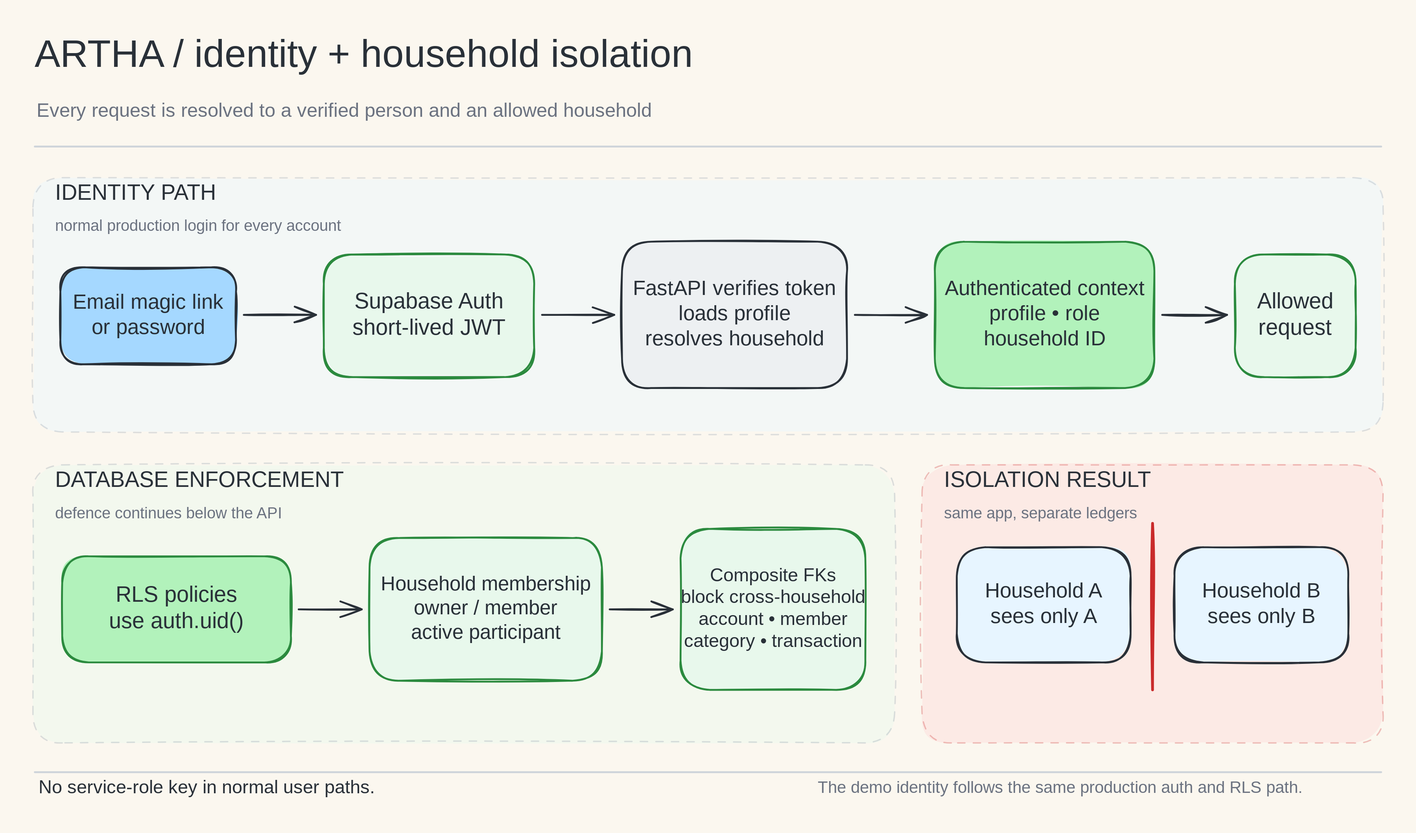
Above: docs/artifacts/architecture/diagrams/artha-identity-household-isolation.svg in snayan06/artha (Excalidraw), before the change. Source tidied: one line per element, renumbered; positions are measured from the earlier drawing's top-left corner, leaving out a move shared by most shapes.
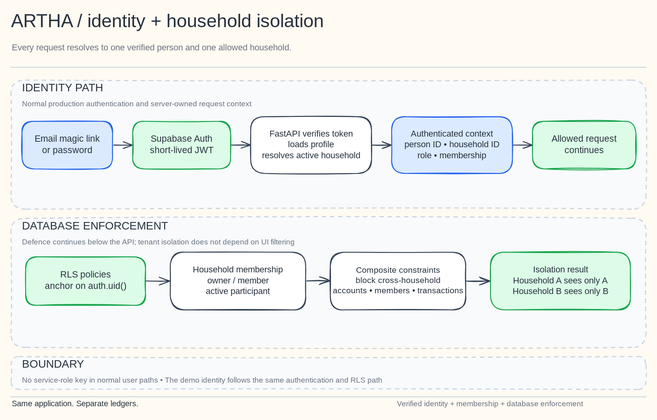
Above is the later version.

Change to the diagram source:
```diff
@@ -1,42 +1,40 @@
-{"id": 0, "type": "text", "text": "ARTHA / identity + household isolation", "strokeColor": "#293038", "strokeWidth": 2, "roughness": 1, "fontSize": 42, "fontFamily": 5, "verticalAlign": "middle", "x": 2, "y": 0, "width": 676, "height": 52}
+{"id": 0, "type": "text", "text": "ARTHA / identity + household isolation", "strokeColor": "#27313d", "strokeWidth": 2, "roughness": 1, "fontSize": 40, "fontFamily": 5, "verticalAlign": "middle", "x": -6, "y": -15, "width": 643, "height": 50}
-{"id": 1, "type": "text", "text": "Every request is resolved to a verified person and an allowed household", "strokeColor": "#6b7280", "strokeWidth": 2, "roughness": 1, "fontSize": 21, "fontFamily": 5, "verticalAlign": "middle", "x": 4, "y": 73, "width": 602, "height": 26}
-{"id": 2, "type": "line", "strokeColor": "#ced4da", "strokeWidth": 2, "roughness": 0, "x": 2, "y": 124, "width": 1472, "height": 0, "points": [[0, 0], [1472, 0]]}
-{"id": 3, "type": "rectangle", "strokeColor": "#adb5bd", "backgroundColor": "#e7f5ff", "fillStyle": "solid", "strokeWidth": 1, "strokeStyle": "dashed", "roughness": 1, "opacity": 40, "round": true, "x": 0, "y": 158, "width": 1476, "height": 278}
+{"id": 42, "type": "text", "text": "Every request resolves to one verified person and one allowed household.", "strokeColor": "#6b7280", "strokeWidth": 2, "roughness": 1, "fontSize": 19, "fontFamily": 5, "verticalAlign": "middle", "x": -4, "y": 54, "width": 559, "height": 24}
+{"id": 43, "type": "line", "strokeColor": "#cbd5e1", "strokeWidth": 2, "roughness": 0, "x": -6, "y": 108, "width": 1388, "height": 0, "points": [[0, 0], [1388, 0]]}
+{"id": 44, "type": "rectangle", "strokeColor": "#cbd5e1", "backgroundColor": "#f8fafc", "fillStyle": "solid", "strokeWidth": 2, "strokeStyle": "dashed", "roughness": 1, "round": true, "x": -6, "y": 136, "width": 1388, "height": 282}
-{"id": 4, "type": "text", "text": "IDENTITY PATH", "strokeColor": "#293038", "strokeWidth": 2, "roughness": 1, "fontSize": 24, "fontFamily": 5, "verticalAlign": "middle", "x": 24, "y": 161, "width": 176, "height": 30}
+{"id": 4, "type": "text", "text": "IDENTITY PATH", "strokeColor": "#27313d", "strokeWidth": 2, "roughness": 1, "fontSize": 24, "fontFamily": 5, "verticalAlign": "middle", "x": 18, "y": 139, "width": 176, "height": 30}
-{"id": 5, "type": "text", "text": "normal production login for every account", "strokeColor": "#6b7280", "strokeWidth": 2, "roughness": 1, "fontSize": 17, "fontFamily": 5, "verticalAlign": "middle", "x": 24, "y": 202, "width": 288, "height": 21}
-{"id": 6, "type": "rectangle", "strokeColor": "#293038", "backgroundColor": "#a5d8ff", "fillStyle": "solid", "strokeWidth": 2, "roughness": 1, "round": true, "x": 30, "y": 256, "width": 192, "height": 106}
-{"id": 7, "type": "arrow", "strokeColor": "#293038", "strokeWidth": 2, "roughness": 1, "endArrowhead": "arrow", "x": 230, "y": 308, "width": 79, "height": 0, "points": [[0, 0], [79, 0]]}
-{"id": 8, "type": "rectangle", "strokeColor": "#2b8a3e", "backgroundColor": "#e8f8ec", "fillStyle": "solid", "strokeWidth": 2, "roughness": 1, "round": true, "x": 318, "y": 242, "width": 230, "height": 134}
-{"id": 9, "type": "arrow", "strokeColor": "#293038", "strokeWidth": 2, "roughness": 1, "endArrowhead": "arrow", "x": 556, "y": 308, "width": 79, "height": 0, "points": [[0, 0], [79, 0]]}
-{"id": 10, "type": "rectangle", "strokeColor": "#293038", "backgroundColor": "#edf0f2", "fillStyle": "solid", "strokeWidth": 2, "roughness": 1, "round": true, "x": 644, "y": 228, "width": 246, "height": 160}
-{"id": 11, "type": "arrow", "strokeColor": "#293038", "strokeWidth": 2, "roughness": 1, "endArrowhead": "arrow", "x": 898, "y": 308, "width": 79, "height": 0, "points": [[0, 0], [79, 0]]}
-{"id": 12, "type": "rectangle", "strokeColor": "#2b8a3e", "backgroundColor": "#b2f2bb", "fillStyle": "solid", "strokeWidth": 2, "roughness": 1, "round": true, "x": 986, "y": 228, "width": 240, "height": 160}
-{"id": 13, "type": "arrow", "strokeColor": "#293038", "strokeWidth": 2, "roughness": 1, "endArrowhead": "arrow", "x": 1234, "y": 308, "width": 71, "height": 0, "points": [[0, 0], [71, 0]]}
-{"id": 14, "type": "rectangle", "strokeColor": "#2b8a3e", "backgroundColor": "#e8f8ec", "fillStyle": "solid", "strokeWidth": 2, "roughness": 1, "round": true, "x": 1314, "y": 242, "width": 132, "height": 134}
-{"id": 15, "type": "rectangle", "strokeColor": "#adb5bd", "backgroundColor": "#e8f8ec", "fillStyle": "solid", "strokeWidth": 1, "strokeStyle": "dashed", "roughness": 1, "opacity": 42, "round": true, "x": 0, "y": 472, "width": 942, "height": 304}
+{"id": 45, "type": "text", "text": "Normal production authentication and server-owned request context", "strokeColor": "#6b7280", "strokeWidth": 2, "roughness": 1, "fontSize": 16, "fontFamily": 5, "verticalAlign": "middle", "x": 18, "y": 179, "width": 436, "height": 20}
+{"id": 46, "type": "arrow", "strokeColor": "#334155", "strokeWidth": 2, "roughness": 1, "endArrowhead": "arrow", "x": 216, "y": 278, "width": 43, "height": 0, "points": [[0, 0], [43, 0]]}
+{"id": 47, "type": "arrow", "strokeColor": "#334155", "strokeWidth": 2, "roughness": 1, "endArrowhead": "arrow", "x": 474, "y": 278, "width": 43, "height": 0, "points": [[0, 0], [43, 0]]}
+{"id": 48, "type": "arrow", "strokeColor": "#334155", "strokeWidth": 2, "roughness": 1, "endArrowhead": "arrow", "x": 782, "y": 278, "width": 43, "height": 0, "points": [[0, 0], [43, 0]]}
+{"id": 49, "type": "arrow", "strokeColor": "#334155", "strokeWidth": 2, "roughness": 1, "endArrowhead": "arrow", "x": 1090, "y": 278, "width": 43, "height": 0, "points": [[0, 0], [43, 0]]}
+{"id": 50, "type": "rectangle", "strokeColor": "#2563eb", "backgroundColor": "#dbeafe", "fillStyle": "solid", "strokeWidth": 2, "roughness": 1, "round": true, "x": 18, "y": 226, "width": 198, "height": 104}
+{"id": 51, "type": "rectangle", "strokeColor": "#16a34a", "backgroundColor": "#dcfce7", "fillStyle": "solid", "strokeWidth": 2, "roughness": 1, "round": true, "x": 260, "y": 226, "width": 214, "height": 104}
+{"id": 52, "type": "rectangle", "strokeColor": "#334155", "backgroundColor": "#ffffff", "fillStyle": "solid", "strokeWidth": 2, "roughness": 1, "round": true, "x": 518, "y": 216, "width": 264, "height": 124}
+{"id": 53, "type": "rectangle", "strokeColor": "#2563eb", "backgroundColor": "#dbeafe", "fillStyle": "solid", "strokeWidth": 2, "roughness": 1, "round": true, "x": 826, "y": 216, "width": 264, "height": 124}
+{"id": 54, "type": "rectangle", "strokeColor": "#16a34a", "backgroundColor": "#dcfce7", "fillStyle": "solid", "strokeWidth": 2, "roughness": 1, "round": true, "x": 1134, "y": 226, "width": 226, "height": 104}
+{"id": 55, "type": "rectangle", "strokeColor": "#cbd5e1", "backgroundColor": "#f8fafc", "fillStyle": "solid", "strokeWidth": 2, "strokeStyle": "dashed", "roughness": 1, "round": true, "x": -6, "y": 438, "width": 1388, "height": 282}
-{"id": 16, "type": "text", "text": "DATABASE ENFORCEMENT", "strokeColor": "#293038", "strokeWidth": 2, "roughness": 1, "fontSize": 24, "fontFamily": 5, "verticalAlign": "middle", "x": 24, "y": 475, "width": 307, "height": 30}
+{"id": 16, "type": "text", "text": "DATABASE ENFORCEMENT", "strokeColor": "#27313d", "strokeWidth": 2, "roughness": 1, "fontSize": 24, "fontFamily": 5, "verticalAlign": "middle", "x": 18, "y": 441, "width": 307, "height": 30}
-{"id": 17, "type": "text", "text": "defence continues below the API", "strokeColor": "#6b7280", "strokeWidth": 2, "roughness": 1, "fontSize": 17, "fontFamily": 5, "verticalAlign": "middle", "x": 24, "y": 516, "width": 225, "height": 21}
-{"id": 18, "type": "rectangle", "strokeColor": "#2b8a3e", "backgroundColor": "#b2f2bb", "fillStyle": "solid", "strokeWidth": 2, "roughness": 1, "round": true, "x": 32, "y": 572, "width": 250, "height": 116}
-{"id": 19, "type": "arrow", "strokeColor": "#293038", "strokeWidth": 2, "roughness": 1, "endArrowhead": "arrow", "x": 290, "y": 630, "width": 69, "height": 0, "points": [[0, 0], [69, 0]]}
-{"id": 20, "type": "rectangle", "strokeColor": "#2b8a3e", "backgroundColor": "#e8f8ec", "fillStyle": "solid", "strokeWidth": 2, "roughness": 1, "round": true, "x": 368, "y": 552, "width": 254, "height": 156}
-{"id": 21, "type": "arrow", "strokeColor": "#293038", "strokeWidth": 2, "roughness": 1, "endArrowhead": "arrow", "x": 630, "y": 630, "width": 69, "height": 0, "points": [[0, 0], [69, 0]]}
-{"id": 22, "type": "rectangle", "strokeColor": "#2b8a3e", "backgroundColor": "#e8f8ec", "fillStyle": "solid", "strokeWidth": 2, "roughness": 1, "round": true, "x": 708, "y": 542, "width": 202, "height": 176}
-{"id": 23, "type": "rectangle", "strokeColor": "#c92a2a", "backgroundColor": "#ffc9c9", "fillStyle": "solid", "strokeWidth": 1, "strokeStyle": "dashed", "roughness": 1, "opacity": 28, "round": true, "x": 972, "y": 472, "width": 504, "height": 304}
-{"id": 24, "type": "text", "text": "ISOLATION RESULT", "strokeColor": "#293038", "strokeWidth": 2, "roughness": 1, "fontSize": 24, "fontFamily": 5, "verticalAlign": "middle", "x": 996, "y": 475, "width": 220, "height": 30}
-{"id": 25, "type": "text", "text": "same app, separate ledgers", "strokeColor": "#6b7280", "strokeWidth": 2, "roughness": 1, "fontSize": 17, "fontFamily": 5, "verticalAlign": "middle", "x": 996, "y": 516, "width": 181, "height": 21}
-{"id": 26, "type": "rectangle", "strokeColor": "#293038", "backgroundColor": "#e7f5ff", "fillStyle": "solid", "strokeWidth": 2, "roughness": 1, "round": true, "x": 1010, "y": 562, "width": 190, "height": 126}
-{"id": 27, "type": "rectangle", "strokeColor": "#293038", "backgroundColor": "#e7f5ff", "fillStyle": "solid", "strokeWidth": 2, "roughness": 1, "round": true, "x": 1248, "y": 562, "width": 190, "height": 126}
-{"id": 28, "type": "line", "strokeColor": "#c92a2a", "strokeWidth": 3, "roughness": 1, "x": 1224, "y": 536, "width": 0, "height": 182, "points": [[0, 0], [0, 182]]}
-{"id": 29, "type": "line", "strokeColor": "#ced4da", "strokeWidth": 2, "roughness": 0, "x": 2, "y": 808, "width": 1472, "height": 0, "points": [[0, 0], [1472, 0]]}
-{"id": 30, "type": "text", "text": "No service-role key in normal user paths.", "strokeColor": "#293038", "strokeWidth": 2, "roughness": 1, "fontSize": 20, "fontFamily": 5, "verticalAlign": "middle", "x": 6, "y": 814, "width": 330, "height": 25}
-{"id": 31, "type": "text", "text": "The demo identity follows the same production auth and RLS path.", "strokeColor": "#6b7280", "strokeWidth": 2, "roughness": 1, "fontSize": 18, "fontFamily": 5, "verticalAlign": "middle", "x": 858, "y": 815, "width": 484, "height": 22}
+{"id": 56, "type": "text", "text": "Defence continues below the API; tenant isolation does not depend on UI filtering", "strokeColor": "#6b7280", "strokeWidth": 2, "roughness": 1, "fontSize": 16, "fontFamily": 5, "verticalAlign": "middle", "x": 18, "y": 481, "width": 525, "height": 20}
+{"id": 57, "type": "arrow", "strokeColor": "#334155", "strokeWidth": 2, "roughness": 1, "endArrowhead": "arrow", "x": 288, "y": 575, "width": 53, "height": 0, "points": [[0, 0], [53, 0]]}
+{"id": 58, "type": "arrow", "strokeColor": "#334155", "strokeWidth": 2, "roughness": 1, "endArrowhead": "arrow", "x": 638, "y": 575, "width": 53, "height": 0, "points": [[0, 0], [53, 0]]}
+{"id": 59, "type": "arrow", "strokeColor": "#334155", "strokeWidth": 2, "roughness": 1, "endArrowhead": "arrow", "x": 988, "y": 575, "width": 53, "height": 0, "points": [[0, 0], [53, 0]]}
+{"id": 60, "type": "rectangle", "strokeColor": "#16a34a", "backgroundColor": "#dcfce7", "fillStyle": "solid", "strokeWidth": 2, "roughness": 1, "round": true, "x": 26, "y": 522, "width": 262, "height": 106}
+{"id": 61, "type": "rectangle", "strokeColor": "#334155", "backgroundColor": "#ffffff", "fillStyle": "solid", "strokeWidth": 2, "roughness": 1, "round": true, "x": 342, "y": 512, "width": 296, "height": 126}
+{"id": 62, "type": "rectangle", "strokeColor": "#334155", "backgroundColor": "#ffffff", "fillStyle": "solid", "strokeWidth": 2, "roughness": 1, "round": true, "x": 692, "y": 512, "width": 296, "height": 126}
+{"id": 63, "type": "rectangle", "strokeColor": "#16a34a", "backgroundColor": "#dcfce7", "fillStyle": "solid", "strokeWidth": 2, "roughness": 1, "round": true, "x": 1042, "y": 512, "width": 306, "height": 126}
+{"id": 64, "type": "rectangle", "strokeColor": "#cbd5e1", "backgroundColor": "#f8fafc", "fillStyle": "solid", "strokeWidth": 2, "strokeStyle": "dashed", "roughness": 1, "round": true, "x": -6, "y": 740, "width": 1388, "height": 72}
+{"id": 65, "type": "text", "text": "BOUNDARY", "strokeColor": "#27313d", "strokeWidth": 2, "roughness": 1, "fontSize": 24, "fontFamily": 5, "verticalAlign": "middle", "x": 18, "y": 743, "width": 135, "height": 30}
+{"id": 66, "type": "text", "text": "No service-role key in normal user paths • The demo identity follows the same authentication and RLS path", "strokeColor": "#6b7280", "strokeWidth": 2, "roughness": 1, "fontSize": 16, "fontFamily": 5, "verticalAlign": "middle", "x": 18, "y": 783, "width": 690, "height": 20}
+{"id": 67, "type": "line", "strokeColor": "#cbd5e1", "strokeWidth": 2, "roughness": 0, "x": -6, "y": 828, "width": 1388, "height": 0, "points": [[0, 0], [1388, 0]]}
+{"id": 68, "type": "text", "text": "Same application. Separate ledgers.", "strokeColor": "#27313d", "strokeWidth": 2, "roughness": 1, "fontSize": 17, "fontFamily": 5, "verticalAlign": "middle", "x": -4, "y": 834, "width": 242, "height": 21}
+{"id": 69, "type": "text", "text": "Verified identity + membership + database enforcement", "strokeColor": "#6b7280", "strokeWidth": 2, "roughness": 1, "fontSize": 16, "fontFamily": 5, "verticalAlign": "middle", "x": 838, "y": 834, "width": 356, "height": 20}
-{"id": 32, "type": "text", "text": "Email magic link\nor password", "strokeColor": "#293038", "strokeWidth": 2, "roughness": 1, "fontSize": 23, "fontFamily": 5, "textAlign": "center", "verticalAlign": "middle", "inside": 6, "x": 47, "y": 282, "width": 158, "height": 55}
+{"id": 32, "type": "text", "text": "Email magic link\nor password", "strokeColor": "#27313d", "strokeWidth": 2, "roughness": 1, "fontSize": 20, "fontFamily": 5, "textAlign": "center", "verticalAlign": "middle", "inside": 50, "x": 48, "y": 253, "width": 138, "height": 50}
-{"id": 33, "type": "text", "text": "Supabase Auth\nshort-lived JWT", "strokeColor": "#293038", "strokeWidth": 2, "roughness": 1, "fontSize": 24, "fontFamily": 5, "textAlign": "center", "verticalAlign": "middle", "inside": 8, "x": 355, "y": 280, "width": 157, "height": 58}
+{"id": 33, "type": "text", "text": "Supabase Auth\nshort-lived JWT", "strokeColor": "#27313d", "strokeWidth": 2, "roughness": 1, "fontSize": 20, "fontFamily": 5, "textAlign": "center", "verticalAlign": "middle", "inside": 51, "x": 302, "y": 253, "width": 131, "height": 50}
-{"id": 34, "type": "text", "text": "FastAPI verifies token\nloads profile\nresolves household", "strokeColor": "#293038", "strokeWidth": 2, "roughness": 1, "fontSize": 23, "fontFamily": 5, "textAlign": "center", "verticalAlign": "middle", "inside": 10, "x": 664, "y": 267, "width": 206, "height": 83}
-{"id": 35, "type": "text", "text": "Authenticated context\nprofile • role\nhousehold ID", "strokeColor": "#293038", "strokeWidth": 2, "roughness": 1, "fontSize": 23, "fontFamily": 5, "textAlign": "center", "verticalAlign": "middle", "inside": 12, "x": 1005, "y": 267, "width": 202, "height": 83}
-{"id": 36, "type": "text", "text": "Allowed\nrequest", "strokeColor": "#293038", "strokeWidth": 2, "roughness": 1, "fontSize": 24, "fontFamily": 5, "textAlign": "center", "verticalAlign": "middle", "inside": 14, "x": 1339, "y": 280, "width": 83, "height": 58}
-{"id": 37, "type": "text", "text": "RLS policies\nuse auth.uid()", "strokeColor": "#293038", "strokeWidth": 2, "roughness": 1, "fontSize": 24, "fontFamily": 5, "textAlign": "center", "verticalAlign": "middle", "inside": 18, "x": 91, "y": 601, "width": 132, "height": 58}
+{"id": 70, "type": "text", "text": "FastAPI verifies token\nloads profile\nresolves active household", "strokeColor": "#27313d", "strokeWidth": 2, "roughness": 1, "fontSize": 19, "fontFamily": 5, "textAlign": "center", "verticalAlign": "middle", "inside": 52, "x": 552, "y": 243, "width": 195, "height": 71}
+{"id": 71, "type": "text", "text": "Authenticated context\nperson ID • household ID\nrole • membership", "strokeColor": "#27313d", "strokeWidth": 2, "roughness": 1, "fontSize": 19, "fontFamily": 5, "textAlign": "center", "verticalAlign": "middle", "inside": 53, "x": 861, "y": 243, "width": 195, "height": 71}
+{"id": 72, "type": "text", "text": "Allowed request\ncontinues", "strokeColor": "#27313d", "strokeWidth": 2, "roughness": 1, "fontSize": 20, "fontFamily": 5, "textAlign": "center", "verticalAlign": "middle", "inside": 54, "x": 1181, "y": 253, "width": 132, "height": 50}
+{"id": 73, "type": "text", "text": "RLS policies\nanchor on auth.uid()", "strokeColor": "#27313d", "strokeWidth": 2, "roughness": 1, "fontSize": 20, "fontFamily": 5, "textAlign": "center", "verticalAlign": "middle", "inside": 60, "x": 76, "y": 550, "width": 163, "height": 50}
-{"id": 38, "type": "text", "text": "Household membership\nowner / member\nactive participant", "strokeColor": "#293038", "strokeWidth": 2, "roughness": 1, "fontSize": 22, "fontFamily": 5, "textAlign": "center", "verticalAlign": "middle", "inside": 20, "x": 390, "y": 591, "width": 210, "height": 79}
+{"id": 38, "type": "text", "text": "Household membership\nowner / member\nactive participant", "strokeColor": "#27313d", "strokeWidth": 2, "roughness": 1, "fontSize": 19, "fontFamily": 5, "textAlign": "center", "verticalAlign": "middle", "inside": 61, "x": 399, "y": 540, "width": 181, "height": 71}
-{"id": 39, "type": "text", "text": "Composite FKs\nblock cross-household\naccount • member\ncategory • transaction", "strokeColor": "#293038", "strokeWidth": 2, "roughness": 1, "fontSize": 20, "fontFamily": 5, "textAlign": "center", "verticalAlign": "middle", "inside": 22, "x": 719, "y": 582, "width": 179, "height": 96}
-{"id": 40, "type": "text", "text": "Household A\nsees only A", "strokeColor": "#293038", "strokeWidth": 2, "roughness": 1, "fontSize": 23, "fontFamily": 5, "textAlign": "center", "verticalAlign": "middle", "inside": 26, "x": 1044, "y": 598, "width": 122, "height": 55}
-{"id": 41, "type": "text", "text": "Household B\nsees only B", "strokeColor": "#293038", "strokeWidth": 2, "roughness": 1, "fontSize": 23, "fontFamily": 5, "textAlign": "center", "verticalAlign": "middle", "inside": 27, "x": 1283, "y": 598, "width": 121, "height": 55}
+{"id": 74, "type": "text", "text": "Composite constraints\nblock cross-household\naccounts • members • transactions", "strokeColor": "#27313d", "strokeWidth": 2, "roughness": 1, "fontSize": 18, "fontFamily": 5, "textAlign": "center", "verticalAlign": "middle", "inside": 62, "x": 717, "y": 542, "width": 246, "height": 68}
+{"id": 75, "type": "text", "text": "Isolation result\nHousehold A sees only A\nHousehold B sees only B", "strokeColor": "#27313d", "strokeWidth": 2, "roughness": 1, "fontSize": 19, "fontFamily": 5, "textAlign": "center", "verticalAlign": "middle", "inside": 63, "x": 1098, "y": 540, "width": 194, "height": 71}
```
